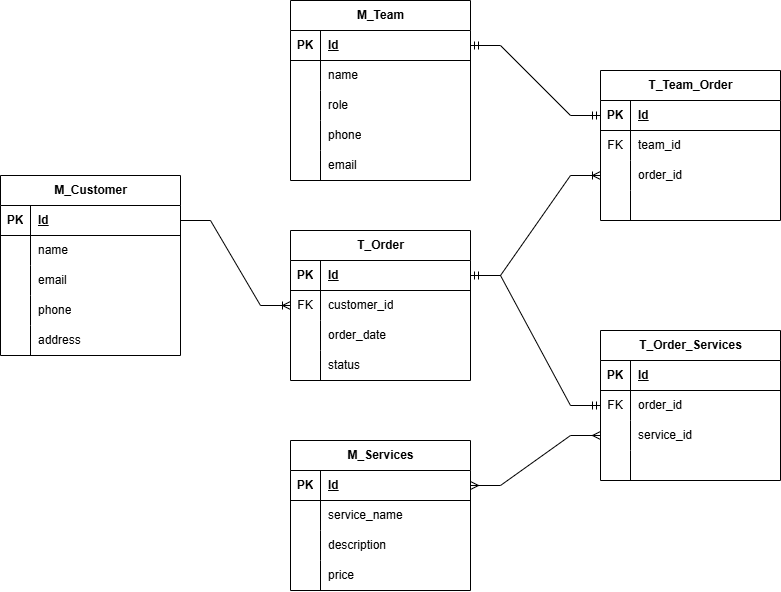
Above: barber shop.png in el-thobhy/Aplikasi-Barber-Shop (draw.io), before the change. Source tidied: cells renumbered, new cells last; positions are measured from the earlier drawing's top-left corner, leaving out a move shared by most shapes.
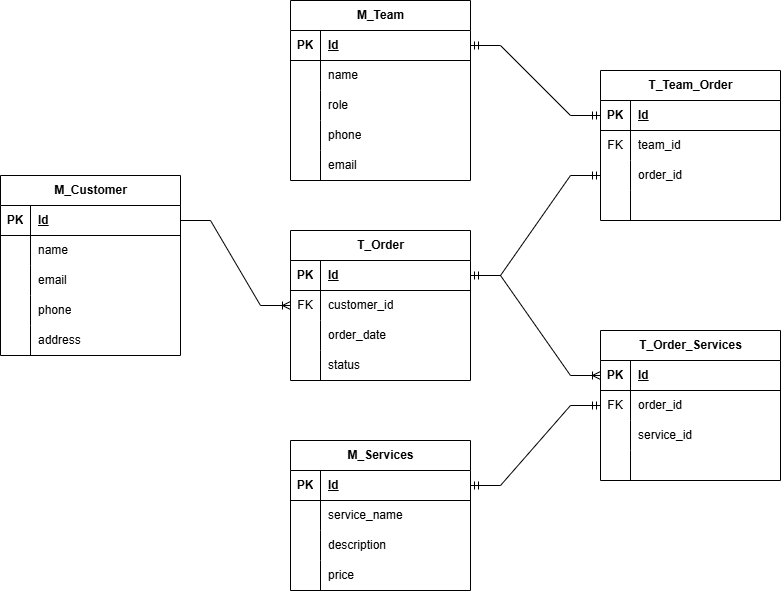
Later version of the same file.

Diff of the diagram source:
```diff
@@ -257,21 +257,17 @@
     <mxCell id="86" style="edgeStyle=entityRelationEdgeStyle;fontSize=12;html=1;endArrow=ERoneToMany;rounded=0;exitX=1;exitY=0.5;exitDx=0;exitDy=0;entryX=0;entryY=0.5;entryDx=0;entryDy=0;" parent="1" edge="1" source="3" target="51">
       <mxGeometry relative="1" as="geometry" />
     </mxCell>
-    <mxCell id="87" style="edgeStyle=entityRelationEdgeStyle;fontSize=12;html=1;endArrow=ERmany;startArrow=ERmany;rounded=0;entryX=0;entryY=0.5;entryDx=0;entryDy=0;exitX=1;exitY=0.5;exitDx=0;exitDy=0;" parent="1" edge="1" source="19" target="67">
-      <mxGeometry relative="1" as="geometry" />
-    </mxCell>
+    <mxCell id="90" style="edgeStyle=entityRelationEdgeStyle;fontSize=12;html=1;endArrow=ERmandOne;startArrow=ERmandOne;rounded=0;entryX=1;entryY=0.5;entryDx=0;entryDy=0;exitX=0;exitY=0.5;exitDx=0;exitDy=0;" parent="1" edge="1" source="74" target="32">
+      <mxGeometry relative="1" as="geometry" />
+    </mxCell>
+    <mxCell id="91" style="edgeStyle=entityRelationEdgeStyle;fontSize=12;html=1;endArrow=ERmandOne;startArrow=ERmandOne;rounded=0;exitX=1;exitY=0.5;exitDx=0;exitDy=0;" parent="1" edge="1" source="19" target="64">
+      <mxGeometry relative="1" as="geometry" />
+    </mxCell>
+    <mxCell id="92" style="edgeStyle=entityRelationEdgeStyle;fontSize=12;html=1;endArrow=ERoneToMany;rounded=0;exitX=1;exitY=0.5;exitDx=0;exitDy=0;entryX=0;entryY=0.5;entryDx=0;entryDy=0;" parent="1" edge="1" source="48" target="61">
+      <mxGeometry relative="1" as="geometry" />
+    </mxCell>
-    <mxCell id="88" style="edgeStyle=entityRelationEdgeStyle;fontSize=12;html=1;endArrow=ERoneToMany;rounded=0;exitX=1;exitY=0.5;exitDx=0;exitDy=0;" parent="1" edge="1" source="48" target="80">
-      <mxGeometry relative="1" as="geometry">
-        <Array as="points">
-          <mxPoint x="670" y="290" />
-        </Array>
-      </mxGeometry>
+    <mxCell id="88" style="edgeStyle=entityRelationEdgeStyle;fontSize=12;html=1;endArrow=ERmandOne;startArrow=ERmandOne;rounded=0;exitX=1;exitY=0.5;exitDx=0;exitDy=0;entryX=0;entryY=0.5;entryDx=0;entryDy=0;" parent="1" edge="1" source="48" target="80">
+      <mxGeometry relative="1" as="geometry" />
     </mxCell>
-    <mxCell id="89" style="edgeStyle=entityRelationEdgeStyle;fontSize=12;html=1;endArrow=ERmandOne;startArrow=ERmandOne;rounded=0;entryX=0;entryY=0.5;entryDx=0;entryDy=0;exitX=1;exitY=0.5;exitDx=0;exitDy=0;" parent="1" edge="1" source="48" target="64">
-      <mxGeometry relative="1" as="geometry" />
-    </mxCell>
-    <mxCell id="90" style="edgeStyle=entityRelationEdgeStyle;fontSize=12;html=1;endArrow=ERmandOne;startArrow=ERmandOne;rounded=0;entryX=1;entryY=0.5;entryDx=0;entryDy=0;exitX=0;exitY=0.5;exitDx=0;exitDy=0;" parent="1" edge="1" source="74" target="32">
-      <mxGeometry relative="1" as="geometry" />
-    </mxCell>
   </root>
 </mxGraphModel>
```
